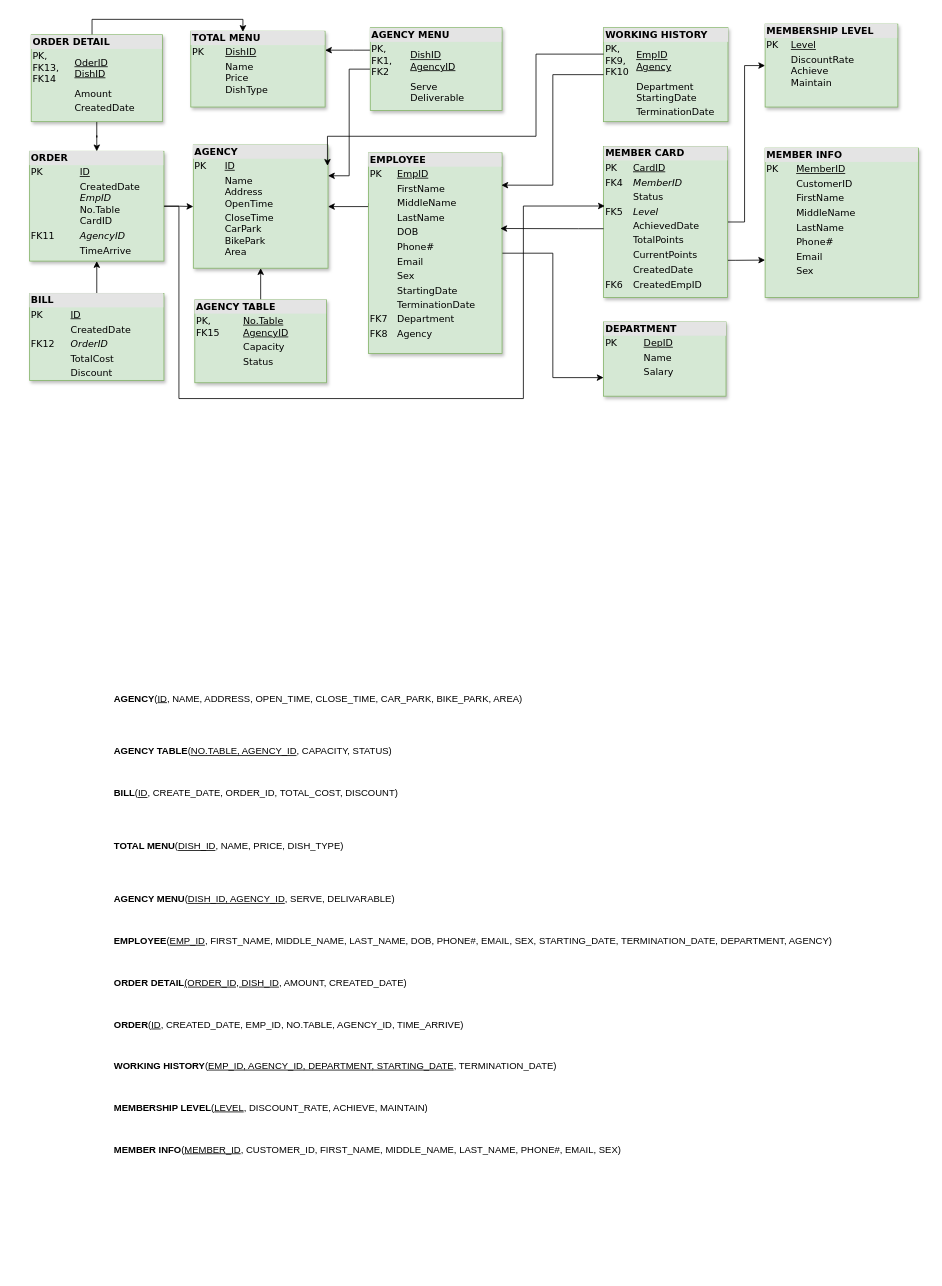
This is Diagrams/Khanh_RD.drawio from huukhanh0653/AdvancedDatabase, a draw.io file, before an edit. Source tidied: cells renumbered, new cells numbered last; positions are measured from the earlier drawing's top-left corner, leaving out a move shared by most shapes. Both pictures are drawn from the tidied source at 79%, with x=0, y=0 at pixel (29, 19).
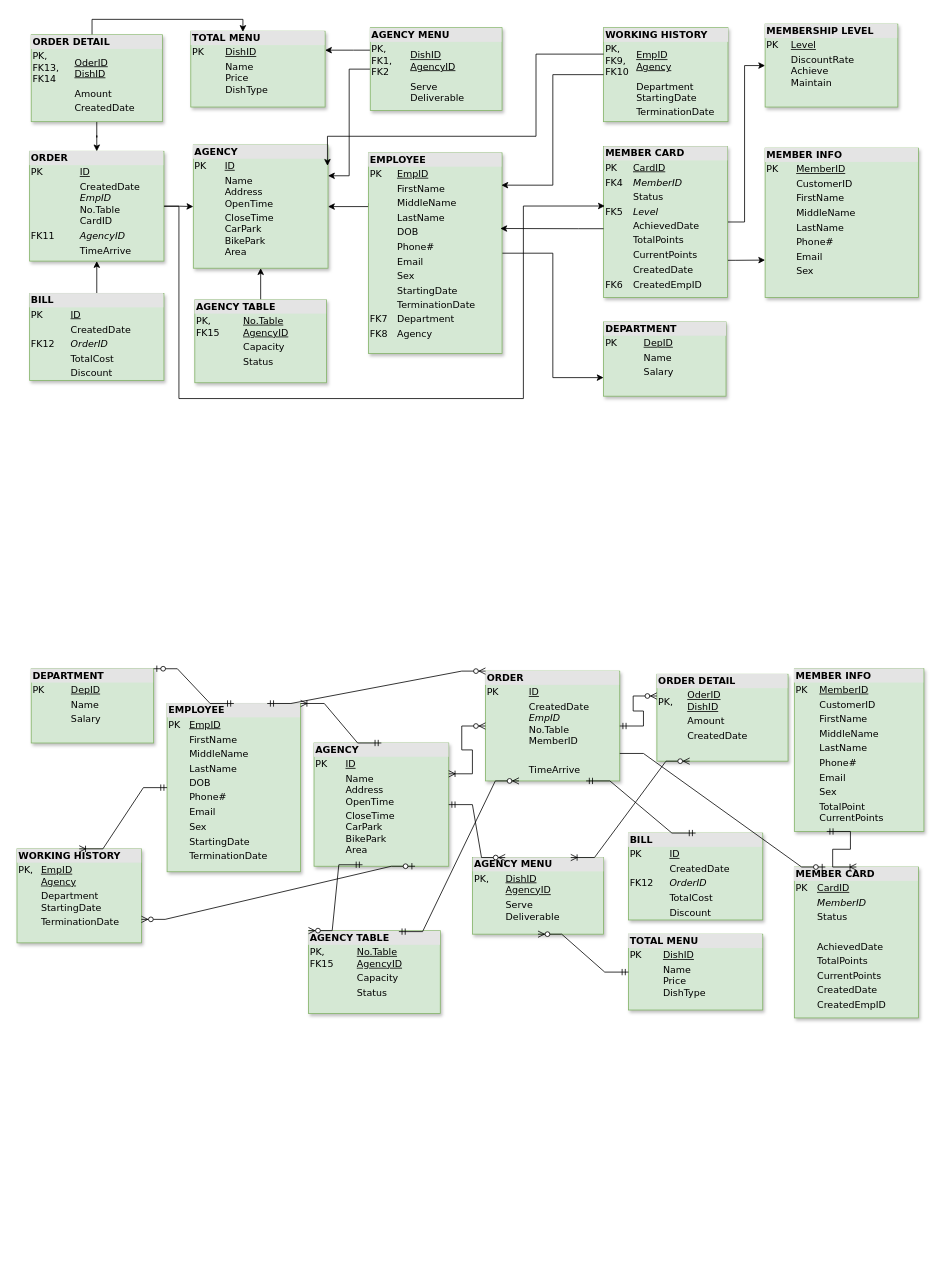
After the change.

Commit message:
Cập nhật Khanh_RD.drawio

Diff of the diagram source:
```diff
@@
-    <mxCell id="27" value="&lt;p class=&quot;MsoNormal&quot;&gt;&lt;b&gt;AGENCY&lt;/b&gt;(&lt;u&gt;ID&lt;/u&gt;, NAME, ADDRESS, OPEN_TIME, CLOSE_TIME, CAR_PARK, BIKE_PARK, AREA)&lt;/p&gt;&lt;br&gt;&lt;br&gt;&lt;p class=&quot;MsoNormal&quot;&gt;&lt;b&gt;AGENCY TABLE&lt;/b&gt;(&lt;u&gt;NO.TABLE, AGENCY_ID&lt;/u&gt;, CAPACITY, STATUS)&lt;/p&gt;&lt;br&gt;&lt;p class=&quot;MsoNormal&quot;&gt;&lt;b&gt;BILL&lt;/b&gt;(&lt;u&gt;ID&lt;/u&gt;, CREATE_DATE, ORDER_ID, TOTAL_COST, DISCOUNT)&lt;/p&gt;&lt;br&gt;&lt;br&gt;&lt;p class=&quot;MsoNormal&quot;&gt;&lt;b&gt;TOTAL MENU&lt;/b&gt;(&lt;u&gt;DISH_ID&lt;/u&gt;, NAME, PRICE, DISH_TYPE)&lt;/p&gt;&lt;br&gt;&lt;br&gt;&lt;p class=&quot;MsoNormal&quot;&gt;&lt;b&gt;AGENCY MENU&lt;/b&gt;(&lt;u&gt;DISH_ID, AGENCY_ID&lt;/u&gt;, SERVE, DELIVARABLE)&lt;/p&gt;&lt;br&gt;&lt;p class=&quot;MsoNormal&quot;&gt;&lt;b&gt;EMPLOYEE&lt;/b&gt;(&lt;u&gt;EMP_ID&lt;/u&gt;, FIRST_NAME, MIDDLE_NAME, LAST_NAME, DOB, PHONE#, EMAIL, SEX, STARTING_DATE, TERMINATION_DATE, DEPARTMENT, AGENCY)&lt;/p&gt;&lt;br&gt;&lt;p class=&quot;MsoNormal&quot;&gt;&lt;b&gt;ORDER DETAIL&lt;/b&gt;&lt;u&gt;(ORDER_ID, DISH_ID&lt;/u&gt;, AMOUNT, CREATED_DATE)&lt;/p&gt;&lt;br&gt;&lt;p class=&quot;MsoNormal&quot;&gt;&lt;b&gt;ORDER&lt;/b&gt;(&lt;u&gt;ID&lt;/u&gt;, CREATED_DATE, EMP_ID, NO.TABLE, AGENCY_ID, TIME_ARRIVE)&lt;/p&gt;&lt;br&gt;&lt;p class=&quot;MsoNormal&quot;&gt;&lt;b&gt;WORKING HISTORY&lt;/b&gt;(&lt;u&gt;EMP_ID, AGENCY_ID, DEPARTMENT, STARTING_DATE&lt;/u&gt;, TERMINATION_DATE)&lt;/p&gt;&lt;br&gt;&lt;p class=&quot;MsoNormal&quot;&gt;&lt;b&gt;MEMBERSHIP LEVEL&lt;/b&gt;(&lt;u&gt;LEVEL&lt;/u&gt;, DISCOUNT_RATE, ACHIEVE, MAINTAIN)&lt;/p&gt;&lt;br&gt;&lt;p class=&quot;MsoNormal&quot;&gt;&lt;b&gt;MEMBER INFO&lt;/b&gt;(&lt;u&gt;MEMBER_ID&lt;/u&gt;, CUSTOMER_ID, FIRST_NAME, MIDDLE_NAME, LAST_NAME, PHONE#, EMAIL, SEX)&lt;/p&gt;" style="text;whiteSpace=wrap;html=1;" parent="1" vertex="1">
-      <mxGeometry x="105" y="834" width="920" height="752" as="geometry" />
-    </mxCell>
@@
+    <mxCell id="31" value="&lt;div style=&quot;box-sizing: border-box ; width: 100% ; background: #e4e4e4 ; padding: 2px&quot;&gt;&lt;b&gt;EMPLOYEE&lt;/b&gt;&lt;/div&gt;&lt;table cellspacing=&quot;0&quot; cellpadding=&quot;2&quot; style=&quot;width: 100% ; font-size: 1em&quot;&gt;&lt;tbody&gt;&lt;tr&gt;&lt;td&gt;PK&lt;/td&gt;&lt;td&gt;&lt;u&gt;EmpID&lt;br&gt;&lt;/u&gt;&lt;/td&gt;&lt;/tr&gt;&lt;tr&gt;&lt;td&gt;&lt;/td&gt;&lt;td&gt;FirstName&lt;/td&gt;&lt;/tr&gt;&lt;tr&gt;&lt;td&gt;&lt;/td&gt;&lt;td&gt;MiddleName&lt;/td&gt;&lt;/tr&gt;&lt;tr&gt;&lt;td&gt;&lt;/td&gt;&lt;td&gt;LastName&lt;/td&gt;&lt;/tr&gt;&lt;tr&gt;&lt;td&gt;&lt;/td&gt;&lt;td&gt;DOB&lt;/td&gt;&lt;/tr&gt;&lt;tr&gt;&lt;td&gt;&lt;/td&gt;&lt;td&gt;Phone#&lt;/td&gt;&lt;/tr&gt;&lt;tr&gt;&lt;td&gt;&lt;/td&gt;&lt;td&gt;Email&lt;/td&gt;&lt;/tr&gt;&lt;tr&gt;&lt;td&gt;&lt;/td&gt;&lt;td&gt;Sex&lt;/td&gt;&lt;/tr&gt;&lt;tr&gt;&lt;td&gt;&lt;/td&gt;&lt;td&gt;StartingDate&lt;/td&gt;&lt;/tr&gt;&lt;tr&gt;&lt;td&gt;&lt;/td&gt;&lt;td&gt;TerminationDate&lt;/td&gt;&lt;/tr&gt;&lt;tr&gt;&lt;td&gt;&lt;br&gt;&lt;/td&gt;&lt;td&gt;&lt;br&gt;&lt;/td&gt;&lt;/tr&gt;&lt;/tbody&gt;&lt;/table&gt;" style="verticalAlign=top;align=left;overflow=fill;html=1;rounded=0;shadow=1;comic=0;labelBackgroundColor=none;strokeWidth=1;fontFamily=Verdana;fontSize=12;glass=0;fillStyle=auto;fillColor=#d5e8d4;strokeColor=#82b366;" parent="1" vertex="1">
+      <mxGeometry x="174" y="866" width="169" height="213" as="geometry" />
+    </mxCell>
+    <mxCell id="32" value="&lt;div style=&quot;box-sizing:border-box;width:100%;background:#e4e4e4;padding:2px;&quot;&gt;&lt;b&gt;AGENCY&lt;/b&gt;&lt;/div&gt;&lt;table style=&quot;width:100%;font-size:1em;&quot; cellpadding=&quot;2&quot; cellspacing=&quot;0&quot;&gt;&lt;tbody&gt;&lt;tr&gt;&lt;td&gt;PK&lt;/td&gt;&lt;td&gt;&lt;u&gt;ID&lt;/u&gt;&lt;/td&gt;&lt;/tr&gt;&lt;tr&gt;&lt;td&gt;&lt;br&gt;&lt;/td&gt;&lt;td&gt;Name&lt;br&gt;Address&lt;br&gt;OpenTime&lt;/td&gt;&lt;/tr&gt;&lt;tr&gt;&lt;td&gt;&lt;/td&gt;&lt;td&gt;CloseTime&lt;br&gt;CarPark&lt;br&gt;BikePark&lt;br&gt;Area&lt;/td&gt;&lt;/tr&gt;&lt;/tbody&gt;&lt;/table&gt;" style="verticalAlign=top;align=left;overflow=fill;html=1;rounded=0;shadow=1;comic=0;labelBackgroundColor=none;strokeWidth=1;fontFamily=Verdana;fontSize=12;glass=0;fillStyle=auto;fillColor=#d5e8d4;strokeColor=#82b366;" parent="1" vertex="1">
+      <mxGeometry x="360" y="916" width="170.5" height="156" as="geometry" />
+    </mxCell>
+    <mxCell id="33" style="edgeStyle=entityRelationEdgeStyle;fontSize=12;html=1;endArrow=ERoneToMany;startArrow=ERmandOne;rounded=0;exitX=0.5;exitY=0;exitDx=0;exitDy=0;entryX=1;entryY=0;entryDx=0;entryDy=0;" parent="1" edge="1" source="32" target="31">
+      <mxGeometry relative="1" as="geometry">
+        <Array as="points">
+          <mxPoint x="438" y="1077" />
+          <mxPoint x="328" y="867" />
+        </Array>
+      </mxGeometry>
+    </mxCell>
+    <mxCell id="34" value="&lt;div style=&quot;box-sizing:border-box;width:100%;background:#e4e4e4;padding:2px;&quot;&gt;&lt;b&gt;ORDER&lt;/b&gt;&lt;/div&gt;&lt;table style=&quot;width:100%;font-size:1em;&quot; cellpadding=&quot;2&quot; cellspacing=&quot;0&quot;&gt;&lt;tbody&gt;&lt;tr&gt;&lt;td&gt;PK&lt;/td&gt;&lt;td&gt;&lt;u&gt;ID&lt;/u&gt;&lt;/td&gt;&lt;/tr&gt;&lt;tr&gt;&lt;td&gt;&lt;br&gt;&amp;nbsp; &amp;nbsp; &amp;nbsp; &amp;nbsp; &amp;nbsp; &amp;nbsp; &lt;/td&gt;&lt;td&gt;CreatedDate&lt;br&gt;&lt;i&gt;EmpID&lt;/i&gt;&lt;br&gt;No.Table&lt;br&gt;MemberID&amp;nbsp; &amp;nbsp; &amp;nbsp; &amp;nbsp; &amp;nbsp;&lt;/td&gt;&lt;/tr&gt;&lt;tr&gt;&lt;td&gt;&lt;br&gt;&lt;/td&gt;&lt;td&gt;&lt;/td&gt;&lt;/tr&gt;&lt;tr&gt;&lt;td&gt;&lt;/td&gt;&lt;td&gt;TimeArrive&lt;/td&gt;&lt;/tr&gt;&lt;/tbody&gt;&lt;/table&gt;" style="verticalAlign=top;align=left;overflow=fill;html=1;rounded=0;shadow=1;comic=0;labelBackgroundColor=none;strokeWidth=1;fontFamily=Verdana;fontSize=12;glass=0;fillStyle=auto;fillColor=#d5e8d4;strokeColor=#82b366;" parent="1" vertex="1">
+      <mxGeometry x="577" y="825" width="170" height="139" as="geometry" />
+    </mxCell>
+    <mxCell id="35" value="&lt;div style=&quot;box-sizing: border-box ; width: 100% ; background: #e4e4e4 ; padding: 2px&quot;&gt;&lt;b&gt;MEMBER INFO&lt;/b&gt;&lt;/div&gt;&lt;table style=&quot;width: 100% ; font-size: 1em&quot; cellpadding=&quot;2&quot; cellspacing=&quot;0&quot;&gt;&lt;tbody&gt;&lt;tr&gt;&lt;td&gt;PK&lt;/td&gt;&lt;td&gt;&lt;u&gt;MemberID&lt;br&gt;&lt;/u&gt;&lt;/td&gt;&lt;/tr&gt;&lt;tr&gt;&lt;td&gt;&lt;/td&gt;&lt;td&gt;CustomerID&lt;/td&gt;&lt;/tr&gt;&lt;tr&gt;&lt;td&gt;&lt;/td&gt;&lt;td&gt;FirstName&lt;/td&gt;&lt;/tr&gt;&lt;tr&gt;&lt;td&gt;&lt;/td&gt;&lt;td&gt;MiddleName&lt;/td&gt;&lt;/tr&gt;&lt;tr&gt;&lt;td&gt;&lt;/td&gt;&lt;td&gt;LastName&lt;/td&gt;&lt;/tr&gt;&lt;tr&gt;&lt;td&gt;&lt;/td&gt;&lt;td&gt;Phone#&lt;/td&gt;&lt;/tr&gt;&lt;tr&gt;&lt;td&gt;&lt;/td&gt;&lt;td&gt;Email&lt;/td&gt;&lt;/tr&gt;&lt;tr&gt;&lt;td&gt;&lt;/td&gt;&lt;td&gt;Sex&lt;/td&gt;&lt;/tr&gt;&lt;tr&gt;&lt;td&gt;&lt;br&gt;&lt;/td&gt;&lt;td&gt;TotalPoint&lt;br&gt;CurrentPoints&lt;/td&gt;&lt;/tr&gt;&lt;/tbody&gt;&lt;/table&gt;" style="verticalAlign=top;align=left;overflow=fill;html=1;rounded=0;shadow=1;comic=0;labelBackgroundColor=none;strokeWidth=1;fontFamily=Verdana;fontSize=12;glass=0;fillStyle=auto;fillColor=#d5e8d4;strokeColor=#82b366;" parent="1" vertex="1">
+      <mxGeometry x="968" y="822" width="164" height="206" as="geometry" />
+    </mxCell>
+    <mxCell id="36" value="&lt;div style=&quot;box-sizing: border-box ; width: 100% ; background: #e4e4e4 ; padding: 2px&quot;&gt;&lt;b&gt;MEMBER CARD&lt;/b&gt;&lt;/div&gt;&lt;table style=&quot;width: 100% ; font-size: 1em&quot; cellpadding=&quot;2&quot; cellspacing=&quot;0&quot;&gt;&lt;tbody&gt;&lt;tr&gt;&lt;td&gt;PK&lt;/td&gt;&lt;td&gt;&lt;u&gt;CardID&lt;/u&gt;&lt;/td&gt;&lt;/tr&gt;&lt;tr&gt;&lt;td&gt;&lt;br&gt;&lt;/td&gt;&lt;td&gt;&lt;i&gt;MemberID&lt;/i&gt;&lt;/td&gt;&lt;/tr&gt;&lt;tr&gt;&lt;td&gt;&lt;/td&gt;&lt;td&gt;Status&lt;/td&gt;&lt;/tr&gt;&lt;tr&gt;&lt;td&gt;&lt;br&gt;&lt;/td&gt;&lt;td&gt;&lt;br&gt;&lt;/td&gt;&lt;/tr&gt;&lt;tr&gt;&lt;td&gt;&lt;/td&gt;&lt;td&gt;AchievedDate&lt;/td&gt;&lt;/tr&gt;&lt;tr&gt;&lt;td&gt;&lt;/td&gt;&lt;td&gt;TotalPoints&lt;/td&gt;&lt;/tr&gt;&lt;tr&gt;&lt;td&gt;&lt;/td&gt;&lt;td&gt;CurrentPoints&lt;/td&gt;&lt;/tr&gt;&lt;tr&gt;&lt;td&gt;&lt;/td&gt;&lt;td&gt;CreatedDate&lt;/td&gt;&lt;/tr&gt;&lt;tr&gt;&lt;td&gt;&lt;br&gt;&lt;/td&gt;&lt;td&gt;CreatedEmpID&lt;/td&gt;&lt;/tr&gt;&lt;/tbody&gt;&lt;/table&gt;" style="verticalAlign=top;align=left;overflow=fill;html=1;rounded=0;shadow=1;comic=0;labelBackgroundColor=none;strokeWidth=1;fontFamily=Verdana;fontSize=12;glass=0;fillStyle=auto;fillColor=#d5e8d4;strokeColor=#82b366;" parent="1" vertex="1">
+      <mxGeometry x="968" y="1073" width="157" height="191" as="geometry" />
+    </mxCell>
+    <mxCell id="37" style="edgeStyle=entityRelationEdgeStyle;fontSize=12;html=1;endArrow=ERoneToMany;startArrow=ERmandOne;rounded=0;entryX=0.5;entryY=0;entryDx=0;entryDy=0;exitX=0.25;exitY=1;exitDx=0;exitDy=0;" parent="1" edge="1" source="35" target="36">
+      <mxGeometry relative="1" as="geometry">
+        <Array as="points">
+          <mxPoint x="869" y="1048" />
+          <mxPoint x="876" y="1075" />
+          <mxPoint x="872" y="1051" />
+          <mxPoint x="876" y="1176" />
+          <mxPoint x="879" y="1057" />
+          <mxPoint x="869" y="1086" />
+          <mxPoint x="872" y="1095" />
+        </Array>
+      </mxGeometry>
+    </mxCell>
+    <mxCell id="38" style="edgeStyle=entityRelationEdgeStyle;fontSize=12;html=1;endArrow=ERoneToMany;startArrow=ERzeroToMany;rounded=0;exitX=0;exitY=0.5;exitDx=0;exitDy=0;entryX=1;entryY=0.25;entryDx=0;entryDy=0;" parent="1" edge="1" source="34" target="32">
+      <mxGeometry relative="1" as="geometry" />
+    </mxCell>
+    <mxCell id="39" style="edgeStyle=entityRelationEdgeStyle;fontSize=12;html=1;endArrow=ERzeroToMany;startArrow=ERmandOne;rounded=0;entryX=0;entryY=0;entryDx=0;entryDy=0;exitX=0.75;exitY=0;exitDx=0;exitDy=0;" parent="1" edge="1" source="31" target="34">
+      <mxGeometry relative="1" as="geometry" />
+    </mxCell>
+    <mxCell id="40" value="&lt;div style=&quot;box-sizing:border-box;width:100%;background:#e4e4e4;padding:2px;&quot;&gt;&lt;b&gt;BILL&lt;/b&gt;&lt;/div&gt;&lt;table style=&quot;width:100%;font-size:1em;&quot; cellpadding=&quot;2&quot; cellspacing=&quot;0&quot;&gt;&lt;tbody&gt;&lt;tr&gt;&lt;td&gt;PK&lt;/td&gt;&lt;td&gt;&lt;u&gt;ID&lt;/u&gt;&lt;/td&gt;&lt;/tr&gt;&lt;tr&gt;&lt;td&gt;&amp;nbsp; &amp;nbsp; &amp;nbsp; &amp;nbsp; &amp;nbsp; &amp;nbsp;&amp;nbsp;&lt;/td&gt;&lt;td&gt;CreatedDate&amp;nbsp; &amp;nbsp; &amp;nbsp; &amp;nbsp; &amp;nbsp;&amp;nbsp;&lt;/td&gt;&lt;/tr&gt;&lt;tr&gt;&lt;td&gt;FK12&lt;/td&gt;&lt;td&gt;&lt;i&gt;OrderID&lt;/i&gt;&amp;nbsp; &amp;nbsp;&amp;nbsp;&lt;/td&gt;&lt;/tr&gt;&lt;tr&gt;&lt;td&gt;&lt;/td&gt;&lt;td&gt;TotalCost&lt;/td&gt;&lt;/tr&gt;&lt;tr&gt;&lt;td&gt;&lt;/td&gt;&lt;td&gt;Discount&lt;/td&gt;&lt;/tr&gt;&lt;/tbody&gt;&lt;/table&gt;" style="verticalAlign=top;align=left;overflow=fill;html=1;rounded=0;shadow=1;comic=0;labelBackgroundColor=none;strokeWidth=1;fontFamily=Verdana;fontSize=12;glass=0;fillStyle=auto;fillColor=#d5e8d4;strokeColor=#82b366;" parent="1" vertex="1">
+      <mxGeometry x="758" y="1030" width="170" height="110" as="geometry" />
+    </mxCell>
+    <mxCell id="41" style="edgeStyle=entityRelationEdgeStyle;fontSize=12;html=1;endArrow=ERmandOne;startArrow=ERmandOne;rounded=0;exitX=0.5;exitY=0;exitDx=0;exitDy=0;entryX=0.75;entryY=1;entryDx=0;entryDy=0;" parent="1" edge="1" source="40" target="34">
+      <mxGeometry relative="1" as="geometry">
+        <Array as="points">
+          <mxPoint x="685" y="1015" />
+        </Array>
+      </mxGeometry>
+    </mxCell>
+    <mxCell id="42" value="&lt;div style=&quot;box-sizing:border-box;width:100%;background:#e4e4e4;padding:2px;&quot;&gt;&lt;b&gt;TOTAL MENU&lt;/b&gt;&lt;/div&gt;&lt;table style=&quot;width:100%;font-size:1em;&quot; cellpadding=&quot;2&quot; cellspacing=&quot;0&quot;&gt;&lt;tbody&gt;&lt;tr&gt;&lt;td&gt;PK&lt;/td&gt;&lt;td&gt;&lt;u&gt;DishID&lt;/u&gt;&lt;/td&gt;&lt;/tr&gt;&lt;tr&gt;&lt;td&gt;&lt;br&gt;&lt;/td&gt;&lt;td&gt;Name&lt;br&gt;Price&lt;br&gt;DishType&lt;/td&gt;&lt;/tr&gt;&lt;tr&gt;&lt;td&gt;&lt;/td&gt;&lt;td&gt;&lt;br&gt;&lt;br&gt;&lt;br&gt;&lt;/td&gt;&lt;/tr&gt;&lt;/tbody&gt;&lt;/table&gt;" style="verticalAlign=top;align=left;overflow=fill;html=1;rounded=0;shadow=1;comic=0;labelBackgroundColor=none;strokeWidth=1;fontFamily=Verdana;fontSize=12;glass=0;fillStyle=auto;fillColor=#d5e8d4;strokeColor=#82b366;" parent="1" vertex="1">
+      <mxGeometry x="758" y="1158" width="170" height="96" as="geometry" />
+    </mxCell>
+    <mxCell id="43" style="edgeStyle=entityRelationEdgeStyle;fontSize=12;html=1;endArrow=ERzeroToOne;endFill=1;rounded=0;entryX=0.25;entryY=0;entryDx=0;entryDy=0;exitX=1;exitY=0.75;exitDx=0;exitDy=0;" parent="1" edge="1" source="34" target="36">
+      <mxGeometry relative="1" as="geometry">
+        <Array as="points">
+          <mxPoint x="888" y="1032" />
+        </Array>
+      </mxGeometry>
+    </mxCell>
+    <mxCell id="44" value="&lt;div style=&quot;box-sizing: border-box ; width: 100% ; background: #e4e4e4 ; padding: 2px&quot;&gt;&lt;b&gt;ORDER DETAIL&lt;/b&gt;&lt;/div&gt;&lt;table cellspacing=&quot;0&quot; cellpadding=&quot;2&quot; style=&quot;width: 100% ; font-size: 1em&quot;&gt;&lt;tbody&gt;&lt;tr&gt;&lt;td&gt;PK,&lt;br&gt;&lt;/td&gt;&lt;td&gt;&lt;u&gt;OderID&lt;/u&gt;&lt;br&gt;&lt;u&gt;DishID&lt;/u&gt;&lt;/td&gt;&lt;/tr&gt;&lt;tr&gt;&lt;td&gt;&lt;/td&gt;&lt;td&gt;Amount&lt;br&gt;&lt;/td&gt;&lt;/tr&gt;&lt;tr&gt;&lt;td&gt;&lt;/td&gt;&lt;td&gt;CreatedDate&lt;/td&gt;&lt;/tr&gt;&lt;/tbody&gt;&lt;/table&gt;" style="verticalAlign=top;align=left;overflow=fill;html=1;rounded=0;shadow=1;comic=0;labelBackgroundColor=none;strokeWidth=1;fontFamily=Verdana;fontSize=12;glass=0;fillStyle=auto;fillColor=#d5e8d4;strokeColor=#82b366;" parent="1" vertex="1">
+      <mxGeometry x="794" y="829" width="166" height="110" as="geometry" />
+    </mxCell>
+    <mxCell id="45" style="edgeStyle=entityRelationEdgeStyle;fontSize=12;html=1;endArrow=ERzeroToMany;startArrow=ERmandOne;rounded=0;entryX=0;entryY=0.25;entryDx=0;entryDy=0;" parent="1" edge="1" source="34" target="44">
+      <mxGeometry relative="1" as="geometry" />
+    </mxCell>
+    <mxCell id="46" value="&lt;div style=&quot;box-sizing: border-box ; width: 100% ; background: #e4e4e4 ; padding: 2px&quot;&gt;&lt;b&gt;AGENCY MENU&lt;/b&gt;&lt;/div&gt;&lt;table style=&quot;width: 100% ; font-size: 1em&quot; cellpadding=&quot;2&quot; cellspacing=&quot;0&quot;&gt;&lt;tbody&gt;&lt;tr&gt;&lt;td&gt;PK, &lt;br&gt;&lt;br&gt;&lt;/td&gt;&lt;td&gt;&lt;u&gt;DishID&lt;br&gt;&lt;/u&gt;&lt;u&gt;AgencyID&lt;/u&gt;&lt;u&gt;&lt;br&gt;&lt;/u&gt;&lt;/td&gt;&lt;/tr&gt;&lt;tr&gt;&lt;td&gt;&lt;u&gt;&lt;br&gt;&lt;/u&gt;&lt;/td&gt;&lt;td&gt;Serve&lt;br&gt;Deliverable&lt;/td&gt;&lt;/tr&gt;&lt;tr&gt;&lt;td&gt;&lt;/td&gt;&lt;td&gt;&lt;br&gt;&lt;/td&gt;&lt;/tr&gt;&lt;/tbody&gt;&lt;/table&gt;" style="verticalAlign=top;align=left;overflow=fill;html=1;rounded=0;shadow=1;comic=0;labelBackgroundColor=none;strokeWidth=1;fontFamily=Verdana;fontSize=12;glass=0;fillStyle=auto;fillColor=#d5e8d4;strokeColor=#82b366;" parent="1" vertex="1">
+      <mxGeometry x="560.5" y="1061" width="166" height="97" as="geometry" />
+    </mxCell>
+    <mxCell id="47" style="edgeStyle=entityRelationEdgeStyle;fontSize=12;html=1;endArrow=ERzeroToMany;startArrow=ERmandOne;rounded=0;entryX=0.25;entryY=0;entryDx=0;entryDy=0;exitX=1;exitY=0.5;exitDx=0;exitDy=0;" parent="1" edge="1" source="32" target="46">
+      <mxGeometry relative="1" as="geometry" />
+    </mxCell>
+    <mxCell id="48" style="edgeStyle=entityRelationEdgeStyle;fontSize=12;html=1;endArrow=ERzeroToMany;startArrow=ERmandOne;rounded=0;entryX=0.5;entryY=1;entryDx=0;entryDy=0;exitX=0;exitY=0.5;exitDx=0;exitDy=0;" parent="1" edge="1" source="42" target="46">
+      <mxGeometry relative="1" as="geometry">
+        <Array as="points">
+          <mxPoint x="708" y="1385" />
+          <mxPoint x="550" y="1204" />
+          <mxPoint x="673" y="1256" />
+        </Array>
+      </mxGeometry>
+    </mxCell>
+    <mxCell id="49" style="edgeStyle=entityRelationEdgeStyle;fontSize=12;html=1;endArrow=ERoneToMany;startArrow=ERzeroToMany;rounded=0;entryX=0.75;entryY=0;entryDx=0;entryDy=0;exitX=0.25;exitY=1;exitDx=0;exitDy=0;" parent="1" edge="1" source="44" target="46">
+      <mxGeometry relative="1" as="geometry">
+        <Array as="points">
+          <mxPoint x="822" y="1088" />
+        </Array>
+      </mxGeometry>
+    </mxCell>
+    <mxCell id="50" value="&lt;div style=&quot;box-sizing: border-box ; width: 100% ; background: #e4e4e4 ; padding: 2px&quot;&gt;&lt;b&gt;AGENCY TABLE&lt;/b&gt;&lt;/div&gt;&lt;table style=&quot;width: 100% ; font-size: 1em&quot; cellpadding=&quot;2&quot; cellspacing=&quot;0&quot;&gt;&lt;tbody&gt;&lt;tr&gt;&lt;td&gt;PK, &lt;br&gt;FK15&lt;br&gt;&lt;/td&gt;&lt;td&gt;&lt;u&gt;No.Table&lt;br&gt;&lt;/u&gt;&lt;u&gt;AgencyID&lt;/u&gt;&lt;u&gt;&lt;br&gt;&lt;/u&gt;&lt;/td&gt;&lt;/tr&gt;&lt;tr&gt;&lt;td&gt;&lt;u&gt;&lt;br&gt;&lt;/u&gt;&lt;/td&gt;&lt;td&gt;Capacity&lt;/td&gt;&lt;/tr&gt;&lt;tr&gt;&lt;td&gt;&lt;/td&gt;&lt;td&gt;Status&lt;/td&gt;&lt;/tr&gt;&lt;/tbody&gt;&lt;/table&gt;" style="verticalAlign=top;align=left;overflow=fill;html=1;rounded=0;shadow=1;comic=0;labelBackgroundColor=none;strokeWidth=1;fontFamily=Verdana;fontSize=12;glass=0;fillStyle=auto;fillColor=#d5e8d4;strokeColor=#82b366;" parent="1" vertex="1">
+      <mxGeometry x="353" y="1153.5" width="166.8" height="105" as="geometry" />
+    </mxCell>
+    <mxCell id="51" style="edgeStyle=entityRelationEdgeStyle;fontSize=12;html=1;endArrow=ERzeroToMany;startArrow=ERmandOne;rounded=0;exitX=0.36;exitY=0.988;exitDx=0;exitDy=0;exitPerimeter=0;entryX=0;entryY=0;entryDx=0;entryDy=0;" parent="1" edge="1" source="32" target="50">
+      <mxGeometry relative="1" as="geometry">
+        <Array as="points">
+          <mxPoint x="404" y="1111" />
+        </Array>
+      </mxGeometry>
+    </mxCell>
+    <mxCell id="52" style="edgeStyle=entityRelationEdgeStyle;fontSize=12;html=1;endArrow=ERzeroToMany;startArrow=ERmandOne;rounded=0;exitX=0.686;exitY=0.012;exitDx=0;exitDy=0;exitPerimeter=0;entryX=0.25;entryY=1;entryDx=0;entryDy=0;" parent="1" edge="1" source="50" target="34">
+      <mxGeometry relative="1" as="geometry" />
+    </mxCell>
+    <mxCell id="53" value="&lt;div style=&quot;box-sizing: border-box ; width: 100% ; background: #e4e4e4 ; padding: 2px&quot;&gt;&lt;b&gt;DEPARTMENT&lt;/b&gt;&lt;/div&gt;&lt;table style=&quot;width: 100% ; font-size: 1em&quot; cellpadding=&quot;2&quot; cellspacing=&quot;0&quot;&gt;&lt;tbody&gt;&lt;tr&gt;&lt;td&gt;PK&lt;/td&gt;&lt;td&gt;&lt;u&gt;DepID&lt;br&gt;&lt;/u&gt;&lt;/td&gt;&lt;/tr&gt;&lt;tr&gt;&lt;td&gt;&lt;/td&gt;&lt;td&gt;Name&lt;/td&gt;&lt;/tr&gt;&lt;tr&gt;&lt;td&gt;&lt;/td&gt;&lt;td&gt;Salary&lt;/td&gt;&lt;/tr&gt;&lt;/tbody&gt;&lt;/table&gt;" style="verticalAlign=top;align=left;overflow=fill;html=1;rounded=0;shadow=1;comic=0;labelBackgroundColor=none;strokeWidth=1;fontFamily=Verdana;fontSize=12;glass=0;fillStyle=auto;fillColor=#d5e8d4;strokeColor=#82b366;" parent="1" vertex="1">
+      <mxGeometry x="2" y="822" width="155" height="94" as="geometry" />
+    </mxCell>
+    <mxCell id="54" style="edgeStyle=entityRelationEdgeStyle;fontSize=12;html=1;endArrow=ERzeroToOne;startArrow=ERmandOne;rounded=0;exitX=0.5;exitY=0;exitDx=0;exitDy=0;entryX=1;entryY=0;entryDx=0;entryDy=0;" parent="1" edge="1" source="31" target="53">
+      <mxGeometry relative="1" as="geometry" />
+    </mxCell>
+    <mxCell id="55" value="&lt;div style=&quot;box-sizing: border-box ; width: 100% ; background: #e4e4e4 ; padding: 2px&quot;&gt;&lt;b&gt;WORKING HISTORY&lt;/b&gt;&lt;/div&gt;&lt;table cellspacing=&quot;0&quot; cellpadding=&quot;2&quot; style=&quot;width: 100% ; font-size: 1em&quot;&gt;&lt;tbody&gt;&lt;tr&gt;&lt;td&gt;PK,&lt;br&gt;&lt;br&gt;&lt;/td&gt;&lt;td&gt;&lt;u&gt;EmpID&lt;/u&gt;&lt;br&gt;&lt;u&gt;Agency&lt;/u&gt;&lt;/td&gt;&lt;/tr&gt;&lt;tr&gt;&lt;td&gt;&lt;/td&gt;&lt;td&gt;Department&lt;br&gt;StartingDate&lt;/td&gt;&lt;/tr&gt;&lt;tr&gt;&lt;td&gt;&lt;/td&gt;&lt;td&gt;TerminationDate&lt;/td&gt;&lt;/tr&gt;&lt;/tbody&gt;&lt;/table&gt;" style="verticalAlign=top;align=left;overflow=fill;html=1;rounded=0;shadow=1;comic=0;labelBackgroundColor=none;strokeWidth=1;fontFamily=Verdana;fontSize=12;glass=0;fillStyle=auto;fillColor=#d5e8d4;strokeColor=#82b366;" parent="1" vertex="1">
+      <mxGeometry x="-16" y="1050" width="157.5" height="119" as="geometry" />
+    </mxCell>
+    <mxCell id="56" style="edgeStyle=entityRelationEdgeStyle;fontSize=12;html=1;endArrow=ERoneToMany;startArrow=ERmandOne;rounded=0;exitX=0;exitY=0.5;exitDx=0;exitDy=0;entryX=0.5;entryY=0;entryDx=0;entryDy=0;" parent="1" edge="1" source="31" target="55">
+      <mxGeometry relative="1" as="geometry" />
+    </mxCell>
+    <mxCell id="57" style="edgeStyle=entityRelationEdgeStyle;fontSize=12;html=1;endArrow=ERzeroToMany;startArrow=ERzeroToOne;rounded=0;exitX=0.75;exitY=1;exitDx=0;exitDy=0;entryX=1;entryY=0.75;entryDx=0;entryDy=0;" parent="1" edge="1" source="32" target="55">
+      <mxGeometry relative="1" as="geometry" />
+    </mxCell>
```
